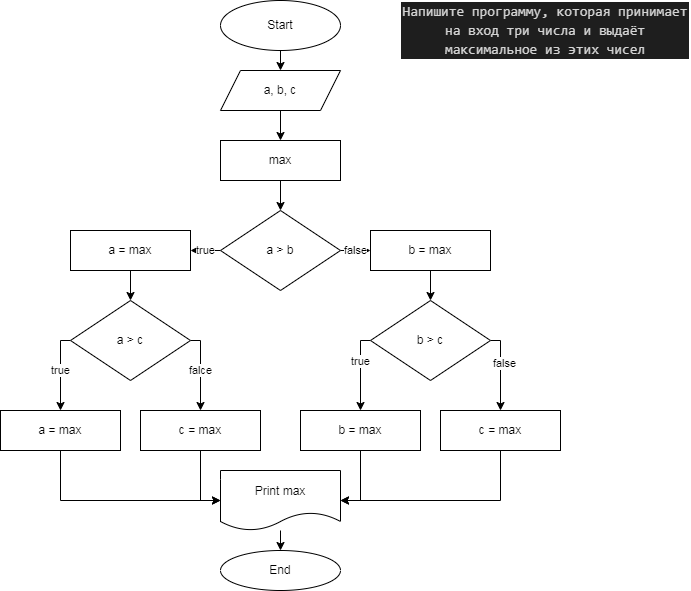
Before: Work/EXP002/diagram.drawio.png, a diagram exported from draw.io (Evgeniya120/HomeWork). Source tidied: cells renumbered, new cells last; positions are measured from the earlier drawing's top-left corner, leaving out a move shared by most shapes.
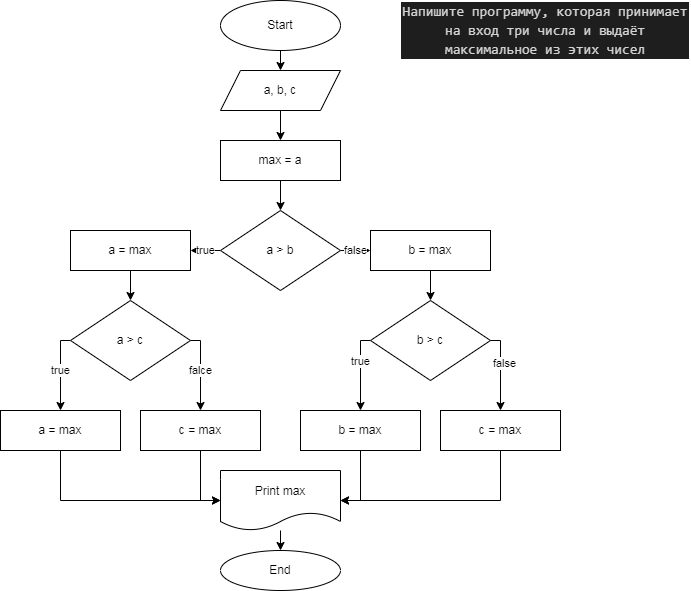
Above is the later version.

Commit message:
Внесение изменений в диаграмму

The edit, as a diff of the source:
```diff
@@ -20,7 +20,7 @@
     <mxCell id="7" style="edgeStyle=none;html=1;entryX=0.5;entryY=0;entryDx=0;entryDy=0;" parent="1" edge="1" source="8" target="11">
       <mxGeometry relative="1" as="geometry" />
     </mxCell>
-    <mxCell id="8" value="max" style="rounded=0;whiteSpace=wrap;html=1;" parent="1" vertex="1">
+    <mxCell id="8" value="max = a" style="rounded=0;whiteSpace=wrap;html=1;" parent="1" vertex="1">
       <mxGeometry x="220" y="140" width="120" height="40" as="geometry" />
     </mxCell>
     <mxCell id="9" value="false" style="edgeStyle=none;html=1;entryX=0;entryY=0.5;entryDx=0;entryDy=0;" parent="1" edge="1" source="11" target="24">
```
